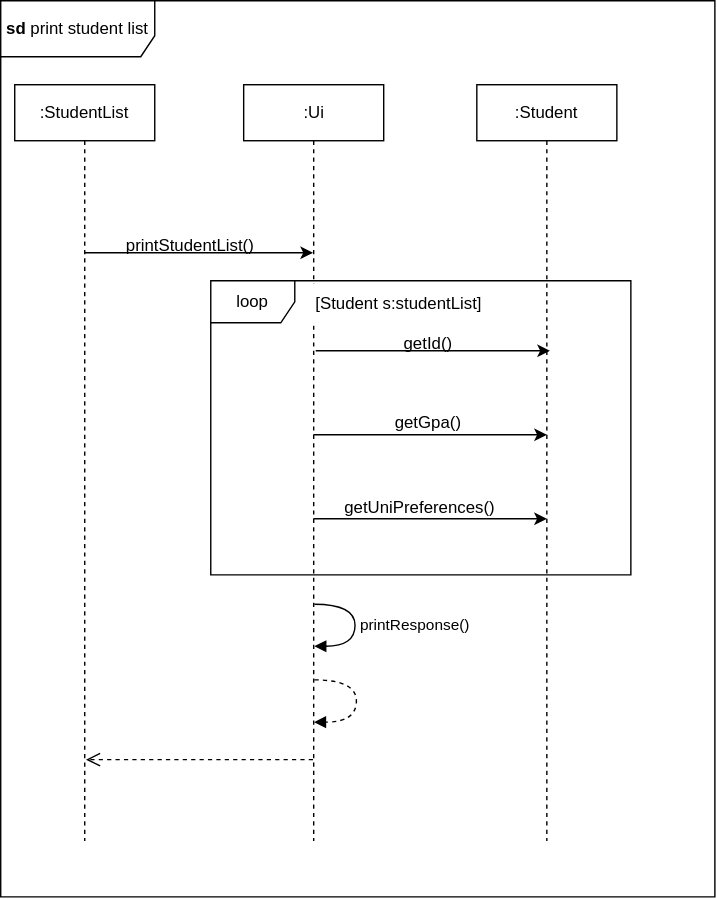
paulktham/tp keeps this draw.io diagram as docs/UML_Diagrams/PrintStudentListsd.drawio.svg. Above is the earlier version. Source tidied: cells renumbered, new cells last; positions are measured from the earlier drawing's top-left corner, leaving out a move shared by most shapes.
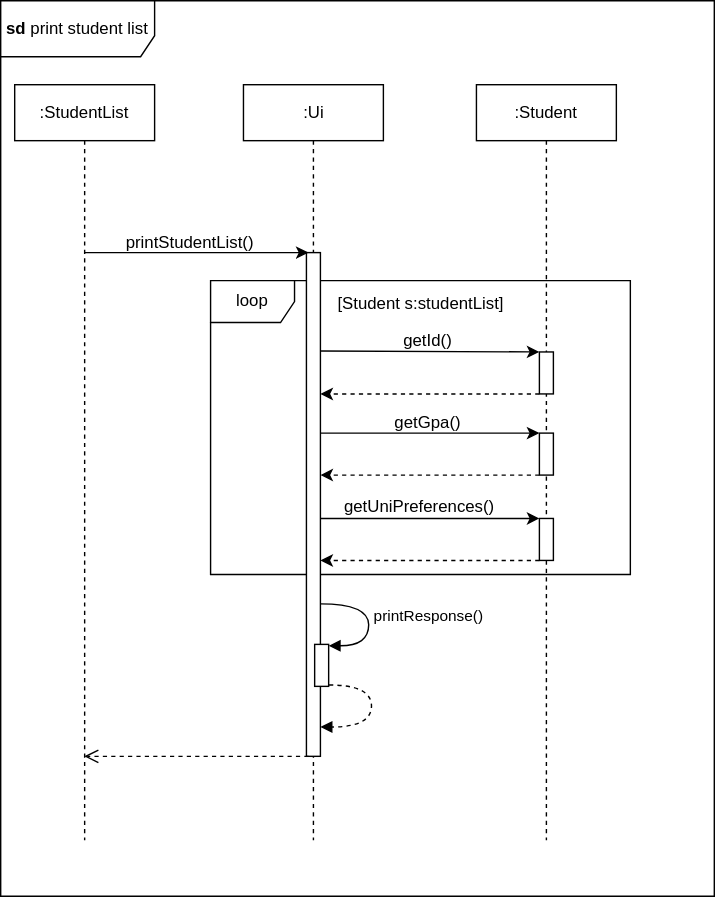
Above is the later version.

Change to the diagram source:
```diff
@@ -2,6 +2,9 @@
   <root>
     <mxCell id="0" />
     <mxCell id="1" parent="0" />
+    <mxCell id="10" value="loop" style="shape=umlFrame;whiteSpace=wrap;html=1;" parent="1" vertex="1">
+      <mxGeometry x="150" y="200" width="300" height="210" as="geometry" />
+    </mxCell>
     <mxCell id="2" value="&lt;b&gt;sd&lt;/b&gt; print student list" style="shape=umlFrame;whiteSpace=wrap;html=1;width=110;height=40;" parent="1" vertex="1">
       <mxGeometry width="510" height="640" as="geometry" />
     </mxCell>
@@ -11,41 +14,52 @@
     <mxCell id="4" value=":Ui" style="shape=umlLifeline;perimeter=lifelinePerimeter;whiteSpace=wrap;html=1;outlineConnect=0;portConstraint=eastwest;newEdgeStyle={&quot;edgeStyle&quot;:&quot;elbowEdgeStyle&quot;,&quot;elbow&quot;:&quot;vertical&quot;,&quot;curved&quot;:0,&quot;rounded&quot;:0};" parent="1" vertex="1">
       <mxGeometry x="173.5" y="60" width="100" height="540" as="geometry" />
     </mxCell>
+    <mxCell id="19" style="html=1;points=[[0,0,0,0,5],[0,1,0,0,-5],[1,0,0,0,5],[1,1,0,0,-5]];perimeter=orthogonalPerimeter;outlineConnect=0;targetShapes=umlLifeline;portConstraint=eastwest;newEdgeStyle={&quot;curved&quot;:0,&quot;rounded&quot;:0};" parent="4" vertex="1">
+      <mxGeometry x="45" y="120" width="10" height="360" as="geometry" />
+    </mxCell>
+    <mxCell id="20" style="html=1;perimeter=orthogonalPerimeter;targetShapes=umlLifeline;newEdgeStyle={&quot;curved&quot;:0,&quot;rounded&quot;:0};" parent="4" vertex="1">
+      <mxGeometry x="50.9" y="400" width="10" height="30" as="geometry" />
+    </mxCell>
     <mxCell id="5" value=":Student" style="shape=umlLifeline;perimeter=lifelinePerimeter;whiteSpace=wrap;html=1;newEdgeStyle={&quot;edgeStyle&quot;:&quot;elbowEdgeStyle&quot;,&quot;elbow&quot;:&quot;vertical&quot;,&quot;curved&quot;:0,&quot;rounded&quot;:0};" parent="1" vertex="1">
       <mxGeometry x="340" y="60" width="100" height="540" as="geometry" />
     </mxCell>
+    <mxCell id="21" style="html=1;points=[[0,0,0,0,5],[0,1,0,0,-5],[1,0,0,0,5],[1,1,0,0,-5]];perimeter=orthogonalPerimeter;outlineConnect=0;targetShapes=umlLifeline;portConstraint=eastwest;newEdgeStyle={&quot;curved&quot;:0,&quot;rounded&quot;:0};" parent="5" vertex="1">
+      <mxGeometry x="45" y="310" width="10" height="30" as="geometry" />
+    </mxCell>
+    <mxCell id="22" style="html=1;perimeter=orthogonalPerimeter;targetShapes=umlLifeline;newEdgeStyle={&quot;curved&quot;:0,&quot;rounded&quot;:0};" parent="5" vertex="1">
+      <mxGeometry x="45" y="249" width="10" height="30" as="geometry" />
+    </mxCell>
+    <mxCell id="23" style="html=1;points=[[0,0,0,0,5],[0,1,0,0,-5],[1,0,0,0,5],[1,1,0,0,-5]];perimeter=orthogonalPerimeter;outlineConnect=0;targetShapes=umlLifeline;portConstraint=eastwest;newEdgeStyle={&quot;curved&quot;:0,&quot;rounded&quot;:0};" parent="5" vertex="1">
+      <mxGeometry x="45" y="191" width="10" height="30" as="geometry" />
+    </mxCell>
-    <mxCell id="6" style="endArrow=classic;html=1;rounded=0;" parent="1" edge="1" target="4">
+    <mxCell id="6" style="endArrow=classic;html=1;rounded=0;" parent="1" edge="1">
       <mxGeometry relative="1" as="geometry">
         <mxPoint x="60.1" y="180" as="sourcePoint" />
+        <mxPoint x="220" y="180" as="targetPoint" />
       </mxGeometry>
     </mxCell>
     <mxCell id="7" value="printStudentList()" style="text;html=1;align=center;verticalAlign=middle;strokeColor=none;fillColor=none;" parent="1" vertex="1">
-      <mxGeometry x="80" y="160" width="110" height="30" as="geometry" />
+      <mxGeometry x="80" y="158" width="110" height="30" as="geometry" />
     </mxCell>
-    <mxCell id="8" style="endArrow=classic;html=1;rounded=0;entryX=0.5;entryY=0.218;entryDx=0;entryDy=0;entryPerimeter=0;" parent="1" edge="1">
+    <mxCell id="8" style="endArrow=classic;html=1;rounded=0;" parent="1" edge="1" target="23">
       <mxGeometry relative="1" as="geometry">
-        <mxPoint x="224.9" y="250" as="sourcePoint" />
-        <mxPoint x="392.2" y="250" as="targetPoint" />
+        <mxPoint x="228.5" y="250.4" as="sourcePoint" />
       </mxGeometry>
     </mxCell>
     <mxCell id="9" value="getId()" style="text;html=1;align=center;verticalAlign=middle;strokeColor=none;fillColor=none;" parent="1" vertex="1">
-      <mxGeometry x="274.9" y="230" width="60" height="30" as="geometry" />
+      <mxGeometry x="274.9" y="228" width="60" height="30" as="geometry" />
     </mxCell>
-    <mxCell id="10" value="loop" style="shape=umlFrame;whiteSpace=wrap;html=1;" parent="1" vertex="1">
-      <mxGeometry x="150" y="200" width="300" height="210" as="geometry" />
-    </mxCell>
     <mxCell id="11" value="[Student s:studentList]" style="text;html=1;align=center;verticalAlign=middle;strokeColor=none;fillColor=default;" parent="1" vertex="1">
-      <mxGeometry x="214" y="202" width="140" height="30" as="geometry" />
+      <mxGeometry x="230" y="202" width="140" height="30" as="geometry" />
     </mxCell>
-    <mxCell id="12" style="endArrow=classic;html=1;rounded=0;" parent="1" edge="1" source="4">
+    <mxCell id="12" style="endArrow=classic;html=1;rounded=0;" parent="1" edge="1">
       <mxGeometry relative="1" as="geometry">
-        <mxPoint x="390" y="310" as="targetPoint" />
+        <mxPoint x="228.5" y="309" as="sourcePoint" />
+        <mxPoint x="385" y="309" as="targetPoint" />
       </mxGeometry>
     </mxCell>
-    <mxCell id="13" style="endArrow=classic;html=1;rounded=0;" parent="1" edge="1" source="4">
-      <mxGeometry relative="1" as="geometry">
-        <mxPoint x="390" y="370" as="targetPoint" />
-      </mxGeometry>
+    <mxCell id="13" style="endArrow=classic;html=1;rounded=0;" parent="1" edge="1" source="19" target="21">
+      <mxGeometry relative="1" as="geometry" />
     </mxCell>
     <mxCell id="14" value="getGpa()" style="text;html=1;align=center;verticalAlign=middle;strokeColor=none;fillColor=none;" parent="1" vertex="1">
       <mxGeometry x="269.9" y="287" width="70" height="30" as="geometry" />
@@ -53,30 +67,46 @@
     <mxCell id="15" value="getUniPreferences()" style="text;html=1;align=center;verticalAlign=middle;strokeColor=none;fillColor=none;" parent="1" vertex="1">
       <mxGeometry x="234.4" y="347" width="130" height="30" as="geometry" />
     </mxCell>
-    <mxCell id="16" style="html=1;verticalAlign=bottom;endArrow=open;dashed=1;endSize=8;curved=0;rounded=0;entryX=0.506;entryY=0.253;entryDx=0;entryDy=0;entryPerimeter=0;" parent="1" edge="1">
+    <mxCell id="16" style="html=1;verticalAlign=bottom;endArrow=open;dashed=1;endSize=8;curved=0;rounded=0;" parent="1" edge="1" target="3">
       <mxGeometry relative="1" as="geometry">
-        <mxPoint x="223" y="542" as="sourcePoint" />
-        <mxPoint x="60.9" y="542" as="targetPoint" />
+        <mxPoint x="220" y="540" as="sourcePoint" />
       </mxGeometry>
     </mxCell>
-    <mxCell id="17" value="printResponse()" style="html=1;align=left;spacingLeft=2;endArrow=block;rounded=0;edgeStyle=orthogonalEdgeStyle;curved=1;rounded=0;" parent="1" edge="1">
-      <mxGeometry relative="1" as="geometry">
-        <mxPoint x="224" y="431" as="sourcePoint" />
-        <mxPoint x="224" y="461" as="targetPoint" />
+    <mxCell id="17" value="printResponse()" style="html=1;align=left;spacingLeft=2;endArrow=block;rounded=0;edgeStyle=orthogonalEdgeStyle;curved=1;rounded=0;" parent="1" edge="1" source="19">
+      <mxGeometry x="-0.07" relative="1" as="geometry">
+        <mxPoint x="234.4" y="461" as="targetPoint" />
         <Array as="points">
-          <mxPoint x="253" y="431" />
-          <mxPoint x="253" y="461" />
+          <mxPoint x="263" y="431" />
+          <mxPoint x="263" y="461" />
         </Array>
       </mxGeometry>
     </mxCell>
-    <mxCell id="18" style="html=1;align=left;spacingLeft=2;endArrow=block;rounded=0;edgeStyle=orthogonalEdgeStyle;curved=1;rounded=0;exitX=0.496;exitY=0.899;exitDx=0;exitDy=0;exitPerimeter=0;dashed=1;entryX=0.503;entryY=0.843;entryDx=0;entryDy=0;entryPerimeter=0;" parent="1" edge="1" target="4">
+    <mxCell id="18" style="html=1;align=left;spacingLeft=2;endArrow=block;rounded=0;edgeStyle=orthogonalEdgeStyle;curved=1;rounded=0;exitX=0.496;exitY=0.899;exitDx=0;exitDy=0;exitPerimeter=0;dashed=1;" parent="1" edge="1" target="19">
       <mxGeometry relative="1" as="geometry">
-        <mxPoint x="224" y="485" as="sourcePoint" />
+        <mxPoint x="234.6" y="489" as="sourcePoint" />
         <Array as="points">
-          <mxPoint x="254" y="485" />
-          <mxPoint x="254" y="515" />
+          <mxPoint x="265" y="489" />
+          <mxPoint x="265" y="519" />
         </Array>
       </mxGeometry>
     </mxCell>
+    <mxCell id="24" style="endArrow=classic;html=1;rounded=0;dashed=1;" parent="1" edge="1">
+      <mxGeometry relative="1" as="geometry">
+        <mxPoint x="385" y="281" as="sourcePoint" />
+        <mxPoint x="228.5" y="281" as="targetPoint" />
+      </mxGeometry>
+    </mxCell>
+    <mxCell id="25" style="endArrow=classic;html=1;rounded=0;dashed=1;" parent="1" edge="1">
+      <mxGeometry relative="1" as="geometry">
+        <mxPoint x="385" y="339" as="sourcePoint" />
+        <mxPoint x="228.5" y="339" as="targetPoint" />
+      </mxGeometry>
+    </mxCell>
+    <mxCell id="26" style="endArrow=classic;html=1;rounded=0;dashed=1;" parent="1" edge="1">
+      <mxGeometry relative="1" as="geometry">
+        <mxPoint x="385" y="400" as="sourcePoint" />
+        <mxPoint x="228.5" y="400" as="targetPoint" />
+      </mxGeometry>
+    </mxCell>
   </root>
 </mxGraphModel>
```
